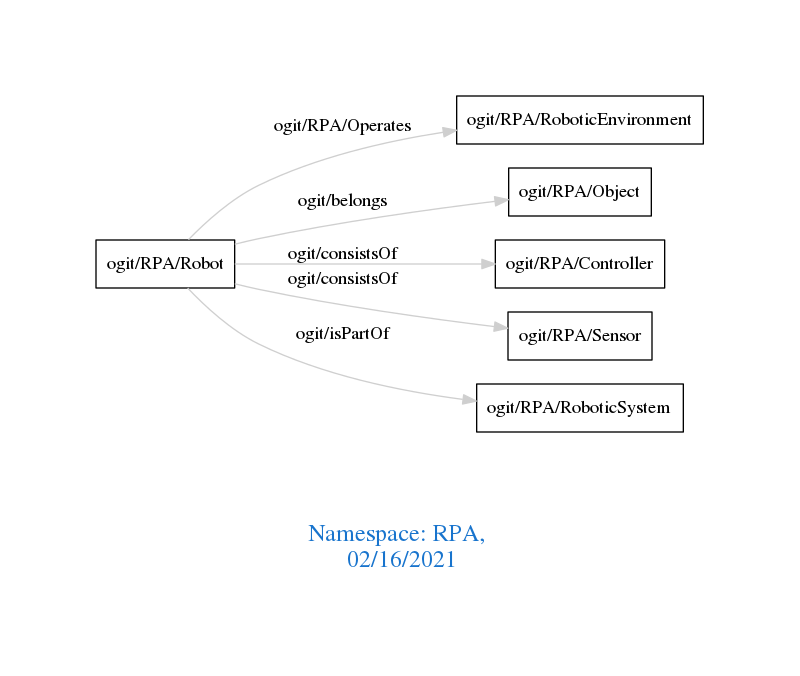
The Graphviz diagram downloads/RPA.png in arago/OGIT, before a commit. Its source is kept beside it as downloads/RPA.dot.
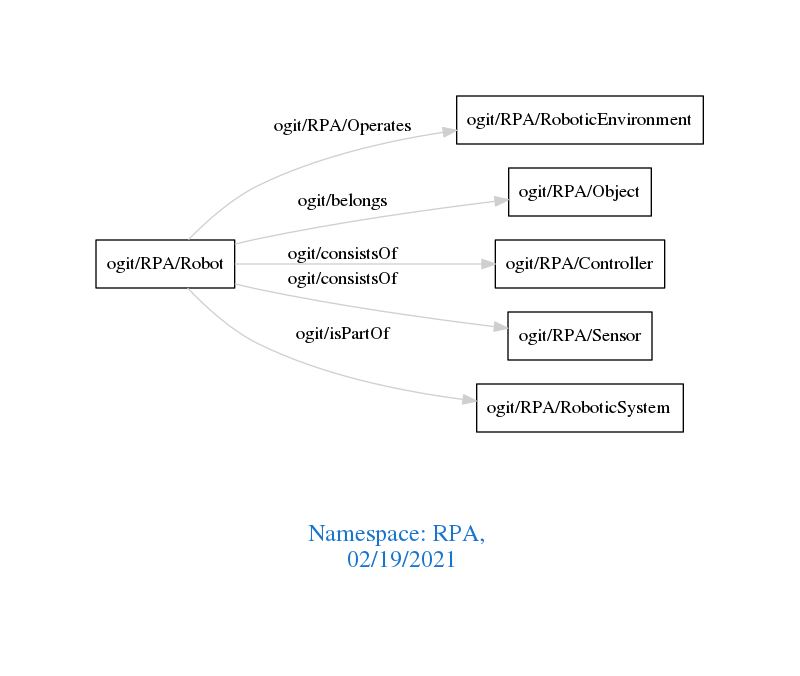
Above is the later version.

Change to the diagram source:
```diff
@@ -1,7 +1,7 @@
 digraph OGIT_ontology {
  graph [ rankdir= LR,pad=1
 fontsize = 18,
-fontcolor= dodgerblue3,label = "\n\n\nNamespace: RPA, \n 02/16/2021"];
+fontcolor= dodgerblue3,label = "\n\n\nNamespace: RPA, \n 02/19/2021"];
 node[shape=polygon];
 edge [  color="gray81"];
 
```
